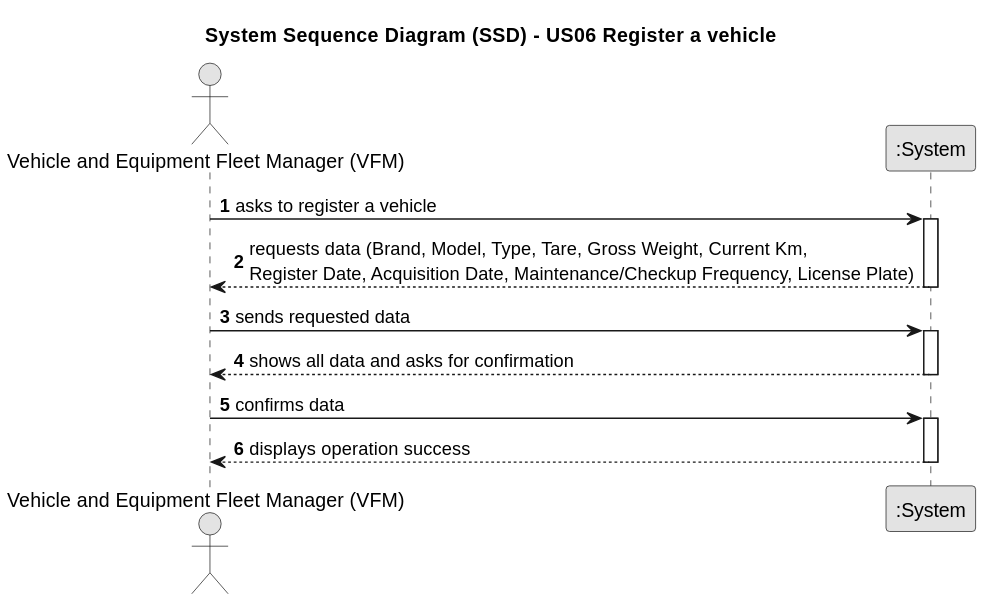
Before: docs/sprintA/us06/01.requirements-engineering/svg/us006-system-sequence-diagram.svg, a diagram exported from PlantUML (Departamento-de-Engenharia-Informatica/lei-24-s2-1db-g022).
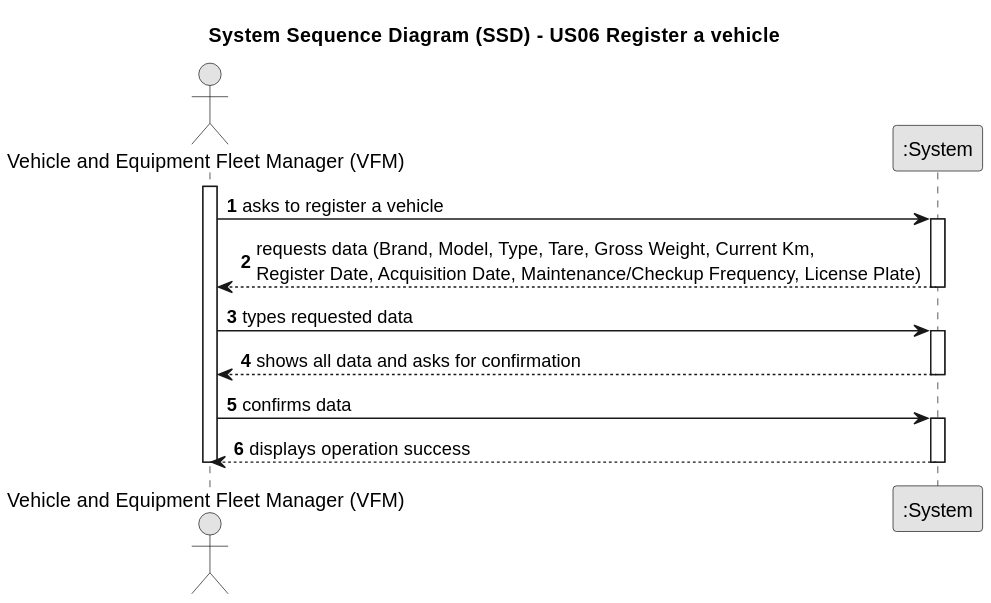
The same diagram one commit later.

The edit, as a diff of the source:
```diff
@@ -9,7 +9,7 @@
 
 actor "Vehicle and Equipment Fleet Manager (VFM)" as VFM
 participant ":System" as System
-
+    activate VFM
     VFM -> System : asks to register a vehicle
     activate System
 
@@ -17,7 +17,7 @@
     System --> VFM : requests data (Brand, Model, Type, Tare, Gross Weight, Current Km, \nRegister Date, Acquisition Date, Maintenance/Checkup Frequency, License Plate)
     deactivate System
 
-    VFM -> System : sends requested data
+    VFM -> System : types requested data
     activate System
 
     System --> VFM : shows all data and asks for confirmation
@@ -28,4 +28,6 @@
 
     System --> VFM : displays operation success
     deactivate System
+
+    deactivate VFM
 @enduml
```
